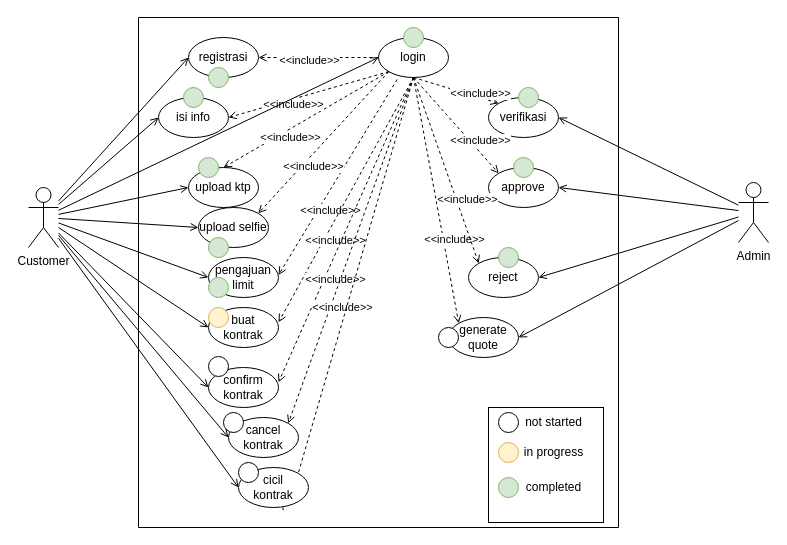
Above: page "use case" (1 of 5) of docs/docs.drawio in skyespirates/sikmatek (draw.io), before the change. Source tidied: cells renumbered, new cells numbered last; positions are measured from the earlier drawing's top-left corner, leaving out a move shared by most shapes. Both pictures are drawn from the tidied source at 100%, with x=0, y=0 at pixel (28, 17).
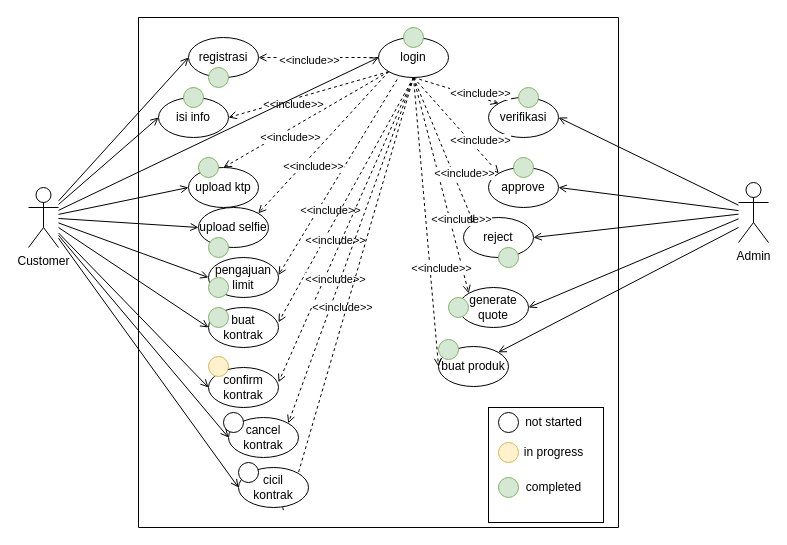
After the change.

Commit message (it also covers changes not shown here):
docs: update use case diagram status

Unchanged cells that the change refers to:
```xml
<mxCell id="2" style="swimlane;startSize=0;" parent="1" vertex="1">
  <mxGeometry x="110" width="480" height="510" as="geometry" />
</mxCell>
<mxCell id="9" value="login" style="ellipse;whiteSpace=wrap;html=1;" parent="2" vertex="1">
  <mxGeometry x="240" y="20" width="70" height="40" as="geometry" />
</mxCell>
```

What changed in the source:
```diff
@@
     <mxCell id="10" value="reject" style="ellipse;whiteSpace=wrap;html=1;" parent="2" vertex="1">
-      <mxGeometry x="330" y="240" width="70" height="40" as="geometry" />
+      <mxGeometry x="325" y="200" width="70" height="40" as="geometry" />
     </mxCell>
     <mxCell id="11" value="generate&lt;br&gt;quote" style="ellipse;whiteSpace=wrap;html=1;" parent="2" vertex="1">
-      <mxGeometry x="310" y="300" width="70" height="40" as="geometry" />
+      <mxGeometry x="320" y="270" width="70" height="40" as="geometry" />
     </mxCell>
@@
-    <mxCell id="52" style="ellipse;whiteSpace=wrap;html=1;fillColor=#fff2cc;strokeColor=#d6b656;" parent="2" vertex="1">
+    <mxCell id="52" style="ellipse;whiteSpace=wrap;html=1;fillColor=#d5e8d4;strokeColor=#82b366;" parent="2" vertex="1">
       <mxGeometry x="70" y="290" width="20" height="20" as="geometry" />
     </mxCell>
-    <mxCell id="53" style="ellipse;whiteSpace=wrap;html=1;" parent="2" vertex="1">
+    <mxCell id="53" style="ellipse;whiteSpace=wrap;html=1;fillColor=#fff2cc;strokeColor=#d6b656;" parent="2" vertex="1">
       <mxGeometry x="70" y="339" width="20" height="20" as="geometry" />
     </mxCell>
@@
-    <mxCell id="56" style="ellipse;whiteSpace=wrap;html=1;" parent="2" vertex="1">
-      <mxGeometry x="300" y="310" width="20" height="20" as="geometry" />
-    </mxCell>
@@
+    <mxCell id="80" value="buat produk" style="ellipse;whiteSpace=wrap;html=1;" parent="2" vertex="1">
+      <mxGeometry x="300" y="329" width="70" height="40" as="geometry" />
+    </mxCell>
+    <mxCell id="56" style="ellipse;whiteSpace=wrap;html=1;fillColor=#d5e8d4;strokeColor=#82b366;" parent="2" vertex="1">
+      <mxGeometry x="300" y="322" width="20" height="20" as="geometry" />
+    </mxCell>
+    <mxCell id="81" style="edgeStyle=none;rounded=0;jettySize=auto;html=1;endArrow=open;endFill=0;dashed=1;entryX=0;entryY=0.5;entryDx=0;entryDy=0;exitX=0.5;exitY=1;exitDx=0;exitDy=0;" parent="2" edge="1" source="9" target="80">
+      <mxGeometry relative="1" as="geometry" />
+    </mxCell>
+    <mxCell id="82" value="&amp;lt;&amp;lt;include&amp;gt;&amp;gt;" style="edgeLabel;html=1;align=center;verticalAlign=middle;" parent="81" vertex="1">
+      <mxGeometry x="0.32" y="2" relative="1" as="geometry">
+        <mxPoint x="9" as="offset" />
+      </mxGeometry>
+    </mxCell>
+    <mxCell id="83" style="ellipse;whiteSpace=wrap;html=1;fillColor=#d5e8d4;strokeColor=#82b366;" parent="2" vertex="1">
+      <mxGeometry x="310" y="280" width="20" height="20" as="geometry" />
+    </mxCell>
@@
+    <mxCell id="84" style="edgeStyle=none;rounded=0;jettySize=auto;html=1;entryX=1;entryY=0;entryDx=0;entryDy=0;endArrow=open;endFill=0;" parent="1" edge="1" target="80">
+      <mxGeometry relative="1" as="geometry">
+        <mxPoint x="710" y="210" as="sourcePoint" />
+      </mxGeometry>
+    </mxCell>
```
